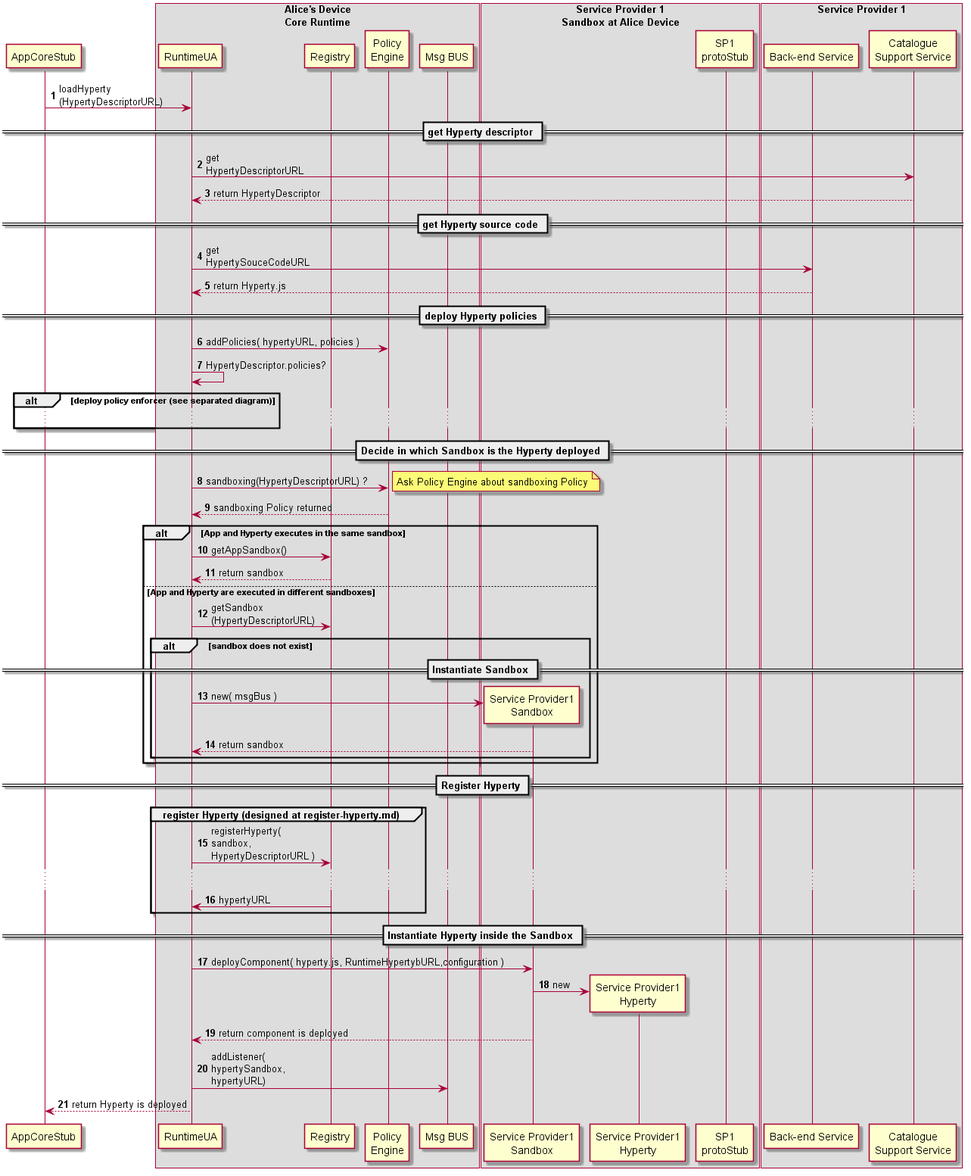
Above: docs/specs/dynamic-view/basics/deploy-hyperty.png in reTHINK-project/dev-service-framework (PlantUML), before the change. Its source is kept beside it as docs/specs/dynamic-view/basics/deploy-hyperty.plantuml. Its diagram source:
```plantuml
@startuml "deploy-hyperty.png"

autonumber

!define SHOW_RuntimeA

!define SHOW_AppAtRuntimeA

!define SHOW_CoreRuntimeA
!define SHOW_MsgBUSAtRuntimeA
!define SHOW_RegistryAtRuntimeA
!define SHOW_CoreAgentAtRuntimeA
!define SHOW_AuthAtRuntimeA

!define SHOW_SP1SandboxAtRuntimeA
!define SHOW_Protostub1AtRuntimeA
!define SHOW_ServiceProvider1HypertyAtRuntimeA
!define SHOW_ServiceProvider1SandboxManagerAtRuntimeA

!define SHOW_SP1
!define SHOW_Cat1

!include ../runtime_objects.plantuml


RunUA@A <- App@A : loadHyperty\n(HypertyDescriptorURL)

== get Hyperty descriptor ==

	RunUA@A -> Cat1 : get\nHypertyDescriptorURL

	RunUA@A <-- Cat1 : return HypertyDescriptor

== get Hyperty source code ==

	RunUA@A -> SP1 : get\nHypertySouceCodeURL

	RunUA@A <-- SP1 : return Hyperty.js

	== deploy Hyperty policies ==

RunUA@A -> RunAuth@A : addPolicies( hypertyURL, policies )

RunUA@A -> RunUA@A : HypertyDescriptor.policies?

alt deploy policy enforcer (see separated diagram)

...

end

== Decide in which Sandbox is the Hyperty deployed ==

RunUA@A -> RunAuth@A : sandboxing(HypertyDescriptorURL) ?

note right
	Ask Policy Engine about sandboxing Policy
end note

RunUA@A <-- RunAuth@A : sandboxing Policy returned

alt App and Hyperty executes in the same sandbox

RunUA@A -> RunReg@A : getAppSandbox()

RunUA@A <-- RunReg@A : return sandbox

else App and Hyperty are executed in different sandboxes

RunUA@A -> RunReg@A : getSandbox\n(HypertyDescriptorURL)

alt sandbox does not exist

== Instantiate Sandbox ==

	create Sand1@A
	RunUA@A -> Sand1@A : new( msgBus )

	RunUA@A <-- Sand1@A : return sandbox

end

end

== Register Hyperty ==

group register Hyperty (designed at register-hyperty.md)

RunUA@A -> RunReg@A : registerHyperty(\nsandbox,\nHypertyDescriptorURL )

...

RunUA@A <- RunReg@A : hypertyURL

end group

== Instantiate Hyperty inside the Sandbox ==

RunUA@A -> Sand1@A : deployComponent( hyperty.js, RuntimeHypertybURL,configuration )

create SP1H@A

Sand1@A -> SP1H@A : new

RunUA@A <-- Sand1@A : return component is deployed

BUS@A <- RunUA@A : addListener(\nhypertySandbox, \nhypertyURL)

RunUA@A --> App@A : return Hyperty is deployed

@enduml
```
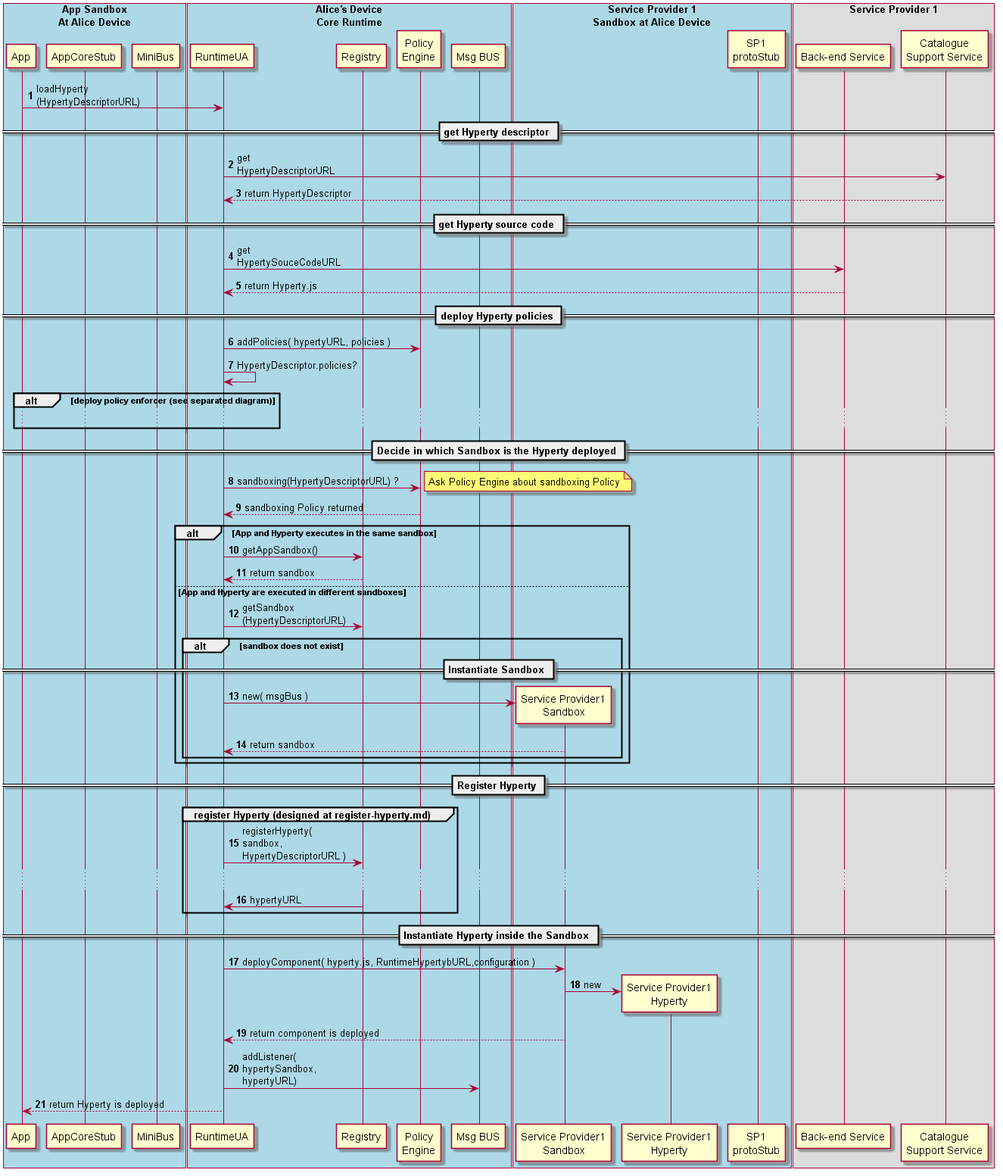
The same diagram one commit later.

The edit, as a diff of the source:
```diff
@@ -4,7 +4,10 @@
 
 !define SHOW_RuntimeA
 
+!define SHOW_AppSandboxA
 !define SHOW_AppAtRuntimeA
+!define SHOW_AppStubAtRuntimeA
+!define SHOW_AppBusAtRuntimeA
 
 !define SHOW_CoreRuntimeA
 !define SHOW_MsgBUSAtRuntimeA
```
